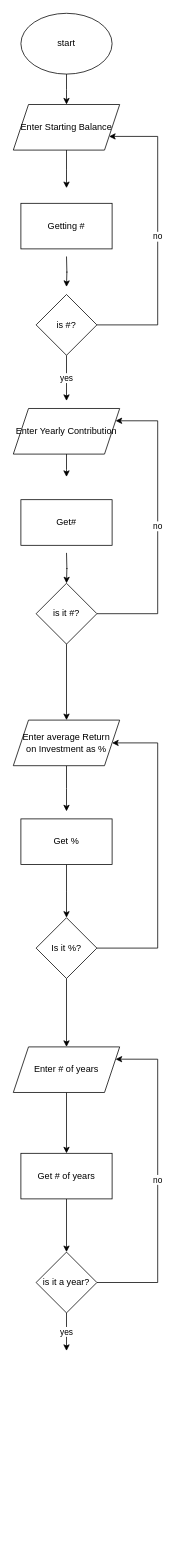
Earlier version of the draw.io diagram flowchart.drawio (WilsonTalentCenter/advpseudoflow-MB2323). Source tidied: cells renumbered, new cells numbered last; positions are measured from the earlier drawing's top-left corner, leaving out a move shared by most shapes. Both pictures are drawn from the tidied source at 76%, with x=0, y=0 at pixel (13, 13).
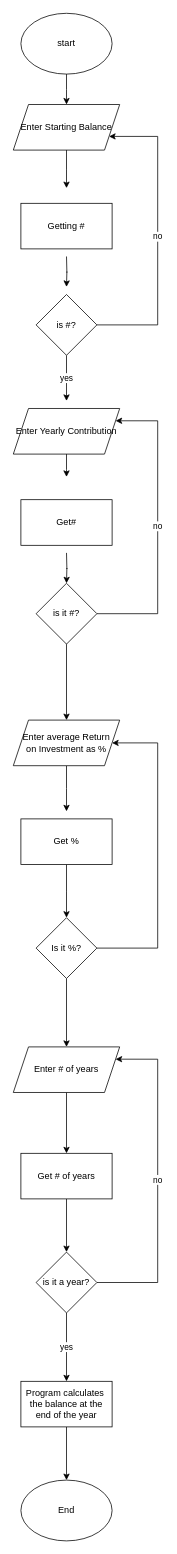
After the change.

Unchanged cells that the change refers to:
```xml
<mxCell id="31" value="is it a year?" style="rhombus;whiteSpace=wrap;html=1;" parent="1" vertex="1">
  <mxGeometry x="30" y="1630" width="80" height="80" as="geometry" />
</mxCell>
```

Change to the diagram source:
```diff
@@
-    <mxCell id="30" value="yes" style="edgeStyle=orthogonalEdgeStyle;rounded=0;jettySize=auto;html=1;" parent="1" edge="1" source="31">
-      <mxGeometry relative="1" as="geometry">
-        <mxPoint x="70" y="1760" as="targetPoint" />
-      </mxGeometry>
+    <mxCell id="30" value="yes" style="edgeStyle=orthogonalEdgeStyle;rounded=0;jettySize=auto;html=1;" parent="1" edge="1" source="31" target="33">
+      <mxGeometry relative="1" as="geometry" />
     </mxCell>
@@
+    <mxCell id="32" style="edgeStyle=orthogonalEdgeStyle;rounded=0;jettySize=auto;html=1;" parent="1" edge="1" source="33" target="34">
+      <mxGeometry relative="1" as="geometry" />
+    </mxCell>
+    <mxCell id="33" value="Program calculates&amp;nbsp; the balance at the end of the year" style="whiteSpace=wrap;html=1;" parent="1" vertex="1">
+      <mxGeometry x="10" y="1800" width="120" height="60" as="geometry" />
+    </mxCell>
+    <mxCell id="34" value="End" style="ellipse;whiteSpace=wrap;html=1;" parent="1" vertex="1">
+      <mxGeometry x="10" y="1930" width="120" height="80" as="geometry" />
+    </mxCell>
```
